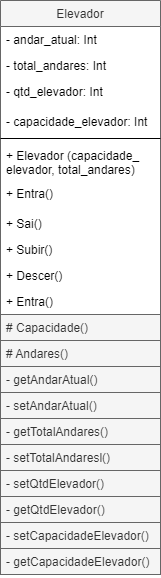
Above: Atvd.2 Predio/src/main/java/com/mycompany/predio/Diagrama Elevador.png in GSouzzaDev/ARCO-DE-TREINAMENTO-POOJAVA-2024.1-ADS-UFRN. (draw.io), before the change. Source tidied: cells renumbered, new cells last; positions are measured from the earlier drawing's top-left corner, leaving out a move shared by most shapes.
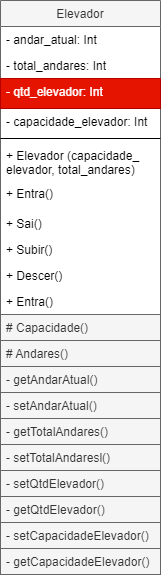
The same file after the commit.

The edit, as a diff of the source:
```diff
@@ -11,7 +11,7 @@
     <mxCell id="4" value="- total_andares: Int " style="text;align=left;verticalAlign=top;spacingLeft=4;spacingRight=4;overflow=hidden;rounded=0;shadow=0;html=0;" parent="2" vertex="1">
       <mxGeometry y="52" width="160" height="26" as="geometry" />
     </mxCell>
-    <mxCell id="5" value="- qtd_elevador: Int" style="text;align=left;verticalAlign=top;spacingLeft=4;spacingRight=4;overflow=hidden;rounded=0;shadow=0;html=0;" parent="2" vertex="1">
+    <mxCell id="5" value="- qtd_elevador: Int" style="text;align=left;verticalAlign=top;spacingLeft=4;spacingRight=4;overflow=hidden;rounded=0;shadow=0;html=0;fillColor=#e51400;strokeColor=#B20000;fontColor=#ffffff;" parent="2" vertex="1">
       <mxGeometry y="78" width="160" height="30" as="geometry" />
     </mxCell>
     <mxCell id="6" value="- capacidade_elevador: Int" style="text;align=left;verticalAlign=top;spacingLeft=4;spacingRight=4;overflow=hidden;rounded=0;shadow=0;html=0;" parent="2" vertex="1">
```
